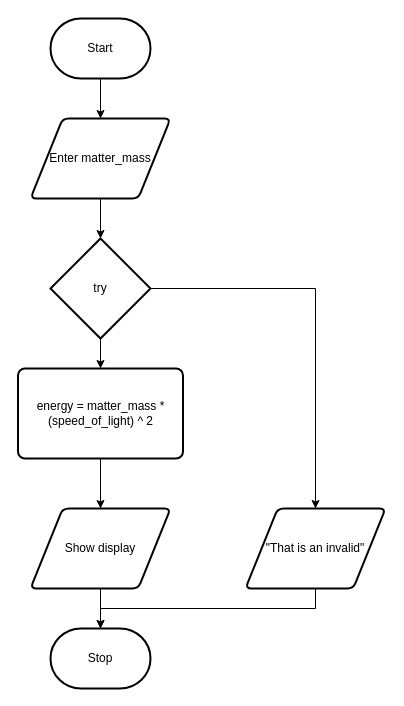
Rodas-Nega1/ics4u-unit-1-02-typescript keeps this draw.io diagram as flowchart.drawio. Above is the earlier version. Source tidied: cells renumbered, new cells numbered last; positions are measured from the earlier drawing's top-left corner, leaving out a move shared by most shapes. Both pictures are drawn from the tidied source at 100%, with x=0, y=0 at pixel (17, 18).
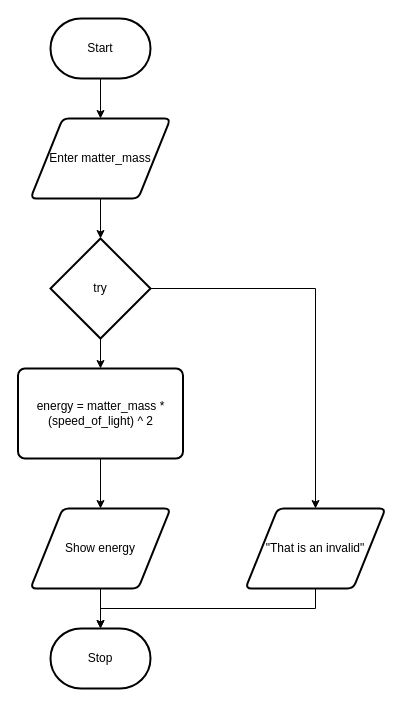
Above is the later version.

Change to the diagram source:
```diff
@@
-    <mxCell id="12" value="Show display" style="shape=parallelogram;html=1;strokeWidth=2;perimeter=parallelogramPerimeter;whiteSpace=wrap;rounded=1;arcSize=12;size=0.23;" parent="1" vertex="1">
+    <mxCell id="12" value="Show energy" style="shape=parallelogram;html=1;strokeWidth=2;perimeter=parallelogramPerimeter;whiteSpace=wrap;rounded=1;arcSize=12;size=0.23;" parent="1" vertex="1">
       <mxGeometry x="13" y="490" width="140" height="80" as="geometry" />
     </mxCell>
```
